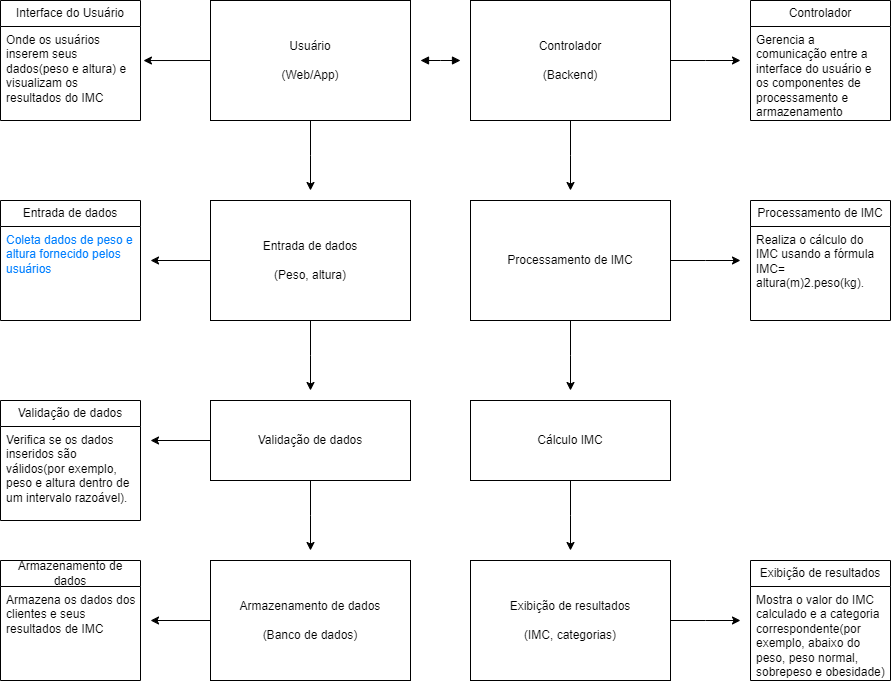
Earlier version of the draw.io export Imc.drawio.png (Zaibam/Desenvolvimento-De-Sistemas-1). Source tidied: cells renumbered, new cells last; positions are measured from the earlier drawing's top-left corner, leaving out a move shared by most shapes.
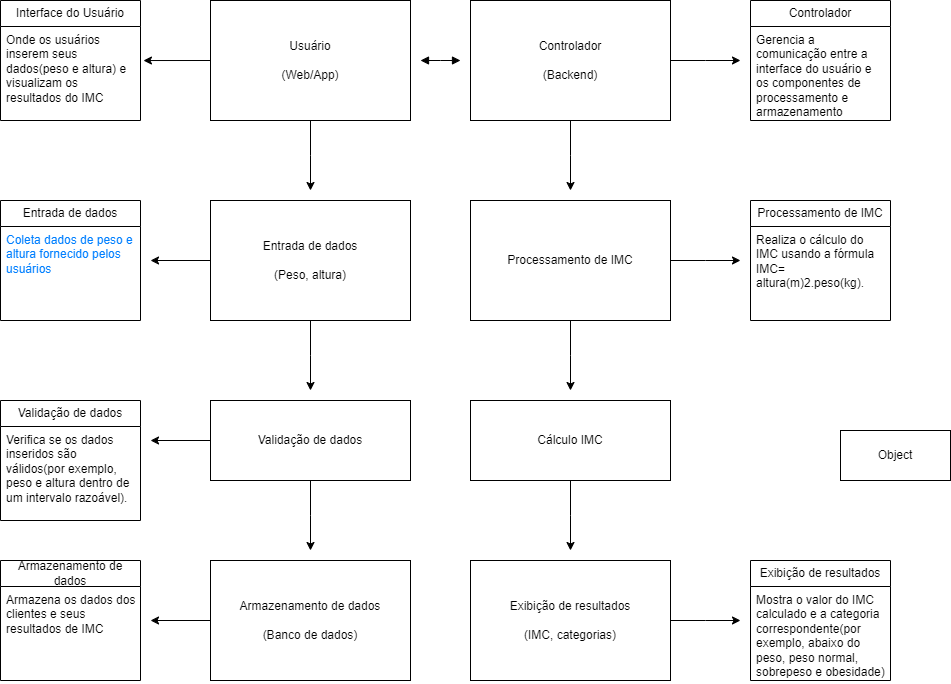
Above is the later version.

The edit, as a diff of the source:
```diff
@@ -140,5 +140,8 @@
     <mxCell id="37" value="Armazena os dados dos clientes e seus resultados de IMC" style="text;strokeColor=none;fillColor=none;align=left;verticalAlign=top;spacingLeft=4;spacingRight=4;overflow=hidden;whiteSpace=wrap;html=1;" parent="36" vertex="1">
       <mxGeometry y="26" width="140" height="94" as="geometry" />
     </mxCell>
+    <mxCell id="38" value="Object" style="html=1;whiteSpace=wrap;" parent="1" vertex="1">
+      <mxGeometry x="840" y="430" width="110" height="50" as="geometry" />
+    </mxCell>
   </root>
 </mxGraphModel>
```
